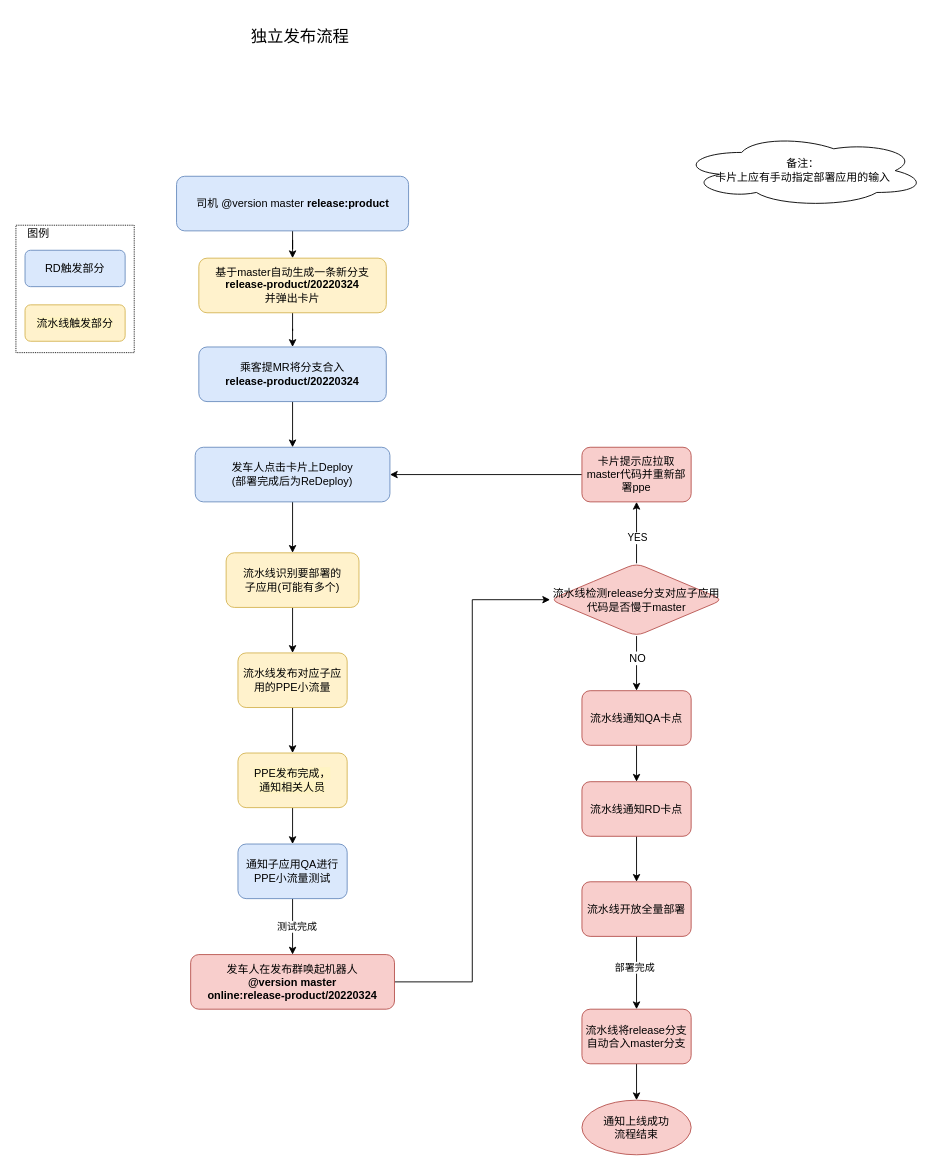
The draw.io diagram independent_deploy_copy.drawio in landiy/drawio-repo, before the edit. Source tidied: cells renumbered, new cells numbered last; positions are measured from the earlier drawing's top-left corner, leaving out a move shared by most shapes. Both pictures are drawn from the tidied source at 91%, with x=0, y=0 at pixel (15, 15).
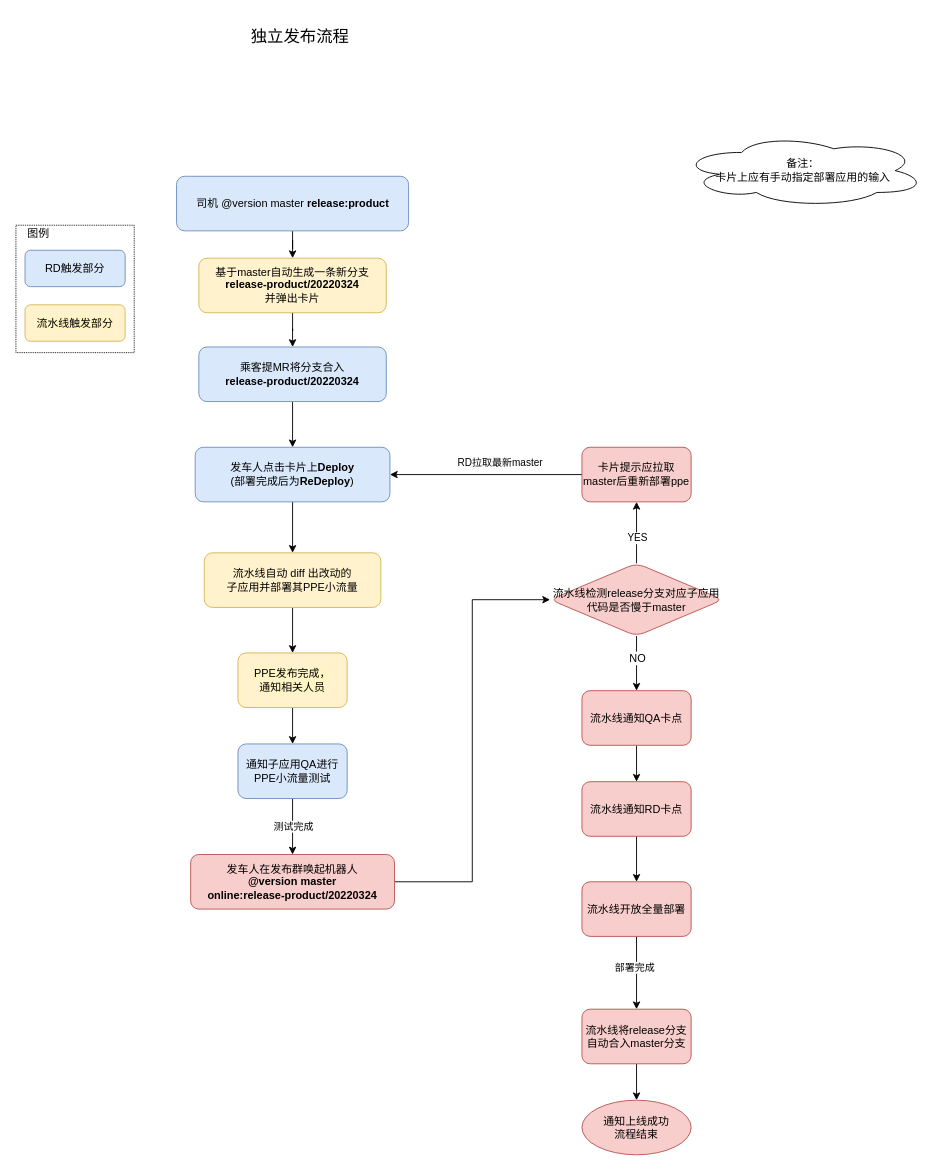
The same diagram, later.

The change refers to these unchanged cells:
```xml
<mxCell id="9" style="edgeStyle=orthogonalEdgeStyle;rounded=0;jettySize=auto;html=1;" parent="1" edge="1" source="11" target="25">
  <mxGeometry relative="1" as="geometry" />
</mxCell>
<mxCell id="26" style="edgeStyle=orthogonalEdgeStyle;rounded=0;jettySize=auto;html=1;exitX=0;exitY=0.5;exitDx=0;exitDy=0;labelBackgroundColor=#FFFFFF;fontSize=12;" parent="1" edge="1" source="27" target="16">
  <mxGeometry relative="1" as="geometry" />
</mxCell>
```

Diff of the diagram source:
```diff
@@
-    <mxCell id="8" value="流水线发布对应子应用的PPE小流量" style="whiteSpace=wrap;html=1;rounded=1;fillColor=#fff2cc;strokeColor=#d6b656;" parent="1" vertex="1">
-      <mxGeometry x="244" y="700" width="120" height="60" as="geometry" />
+    <mxCell id="8" value="流水线自动 diff 出改动的&lt;br&gt;子应用并部署其PPE小流量" style="whiteSpace=wrap;html=1;rounded=1;fillColor=#fff2cc;strokeColor=#d6b656;" parent="1" vertex="1">
+      <mxGeometry x="207" y="590" width="194" height="60" as="geometry" />
     </mxCell>
@@
     <mxCell id="10" value="测试完成" style="edgeLabel;html=1;align=center;verticalAlign=middle;" parent="9" vertex="1">
-      <mxGeometry x="-0.04" y="4" relative="1" as="geometry" />
+      <mxGeometry x="-0.04" y="4" relative="1" as="geometry">
+        <mxPoint x="-4" as="offset" />
+      </mxGeometry>
     </mxCell>
     <mxCell id="11" value="通知子应用QA进行PPE小流量测试" style="whiteSpace=wrap;html=1;rounded=1;fillColor=#dae8fc;strokeColor=#6c8ebf;" parent="1" vertex="1">
-      <mxGeometry x="244" y="910" width="120" height="60" as="geometry" />
+      <mxGeometry x="244" y="800" width="120" height="60" as="geometry" />
     </mxCell>
@@
-    <mxCell id="15" style="edgeStyle=orthogonalEdgeStyle;rounded=0;jettySize=auto;html=1;" parent="1" edge="1" source="16" target="18">
-      <mxGeometry relative="1" as="geometry" />
-    </mxCell>
+    <mxCell id="44" style="edgeStyle=orthogonalEdgeStyle;rounded=0;jettySize=auto;html=1;" parent="1" edge="1" source="16" target="8">
+      <mxGeometry relative="1" as="geometry" />
+    </mxCell>
-    <mxCell id="16" value="发车人点击卡片上Deploy&lt;br&gt;(部署完成后为ReDeploy)" style="rounded=1;whiteSpace=wrap;html=1;fillColor=#dae8fc;strokeColor=#6c8ebf;" parent="1" vertex="1">
+    <mxCell id="16" value="发车人点击卡片上&lt;b&gt;Deploy&lt;/b&gt;&lt;br&gt;(部署完成后为&lt;b&gt;ReDeploy&lt;/b&gt;)" style="rounded=1;whiteSpace=wrap;html=1;fillColor=#dae8fc;strokeColor=#6c8ebf;" parent="1" vertex="1">
       <mxGeometry x="197" y="474" width="214" height="60" as="geometry" />
     </mxCell>
-    <mxCell id="17" style="edgeStyle=orthogonalEdgeStyle;rounded=0;jettySize=auto;html=1;" parent="1" edge="1" source="18" target="8">
-      <mxGeometry relative="1" as="geometry" />
-    </mxCell>
-    <mxCell id="18" value="流水线识别要部署的&lt;br&gt;子应用(可能有多个)" style="whiteSpace=wrap;html=1;rounded=1;fillColor=#fff2cc;strokeColor=#d6b656;" parent="1" vertex="1">
-      <mxGeometry x="231" y="590" width="146" height="60" as="geometry" />
-    </mxCell>
@@
     <mxCell id="25" value="发车人在发布群唤起机器人&lt;br&gt;&lt;b&gt;@version master&lt;br&gt;online:&lt;/b&gt;&lt;b&gt;release-product/20220324&lt;/b&gt;" style="whiteSpace=wrap;html=1;rounded=1;fillColor=#f8cecc;strokeColor=#b85450;" parent="1" vertex="1">
-      <mxGeometry x="192" y="1031.5" width="224" height="60" as="geometry" />
+      <mxGeometry x="192" y="921.5" width="224" height="60" as="geometry" />
     </mxCell>
@@
+    <mxCell id="45" value="RD拉取最新master" style="edgeLabel;html=1;align=center;verticalAlign=middle;" parent="26" vertex="1">
+      <mxGeometry x="-0.22" y="-3" relative="1" as="geometry">
+        <mxPoint x="-9" y="-11" as="offset" />
+      </mxGeometry>
+    </mxCell>
-    <mxCell id="27" value="卡片提示应拉取master代码并重新部署ppe" style="whiteSpace=wrap;html=1;rounded=1;fillColor=#f8cecc;strokeColor=#b85450;" parent="1" vertex="1">
+    <mxCell id="27" value="卡片提示应拉取master后重新部署ppe" style="whiteSpace=wrap;html=1;rounded=1;fillColor=#f8cecc;strokeColor=#b85450;" parent="1" vertex="1">
       <mxGeometry x="622" y="474" width="120" height="60" as="geometry" />
     </mxCell>
@@
     <mxCell id="43" value="&lt;span style=&quot;background-color: rgb(255 , 244 , 195)&quot;&gt;PPE发布完成，&lt;br&gt;通知相关人员&lt;/span&gt;" style="whiteSpace=wrap;html=1;rounded=1;fillColor=#fff2cc;strokeColor=#d6b656;" parent="1" vertex="1">
-      <mxGeometry x="244" y="810" width="120" height="60" as="geometry" />
+      <mxGeometry x="244" y="700" width="120" height="60" as="geometry" />
     </mxCell>
```
